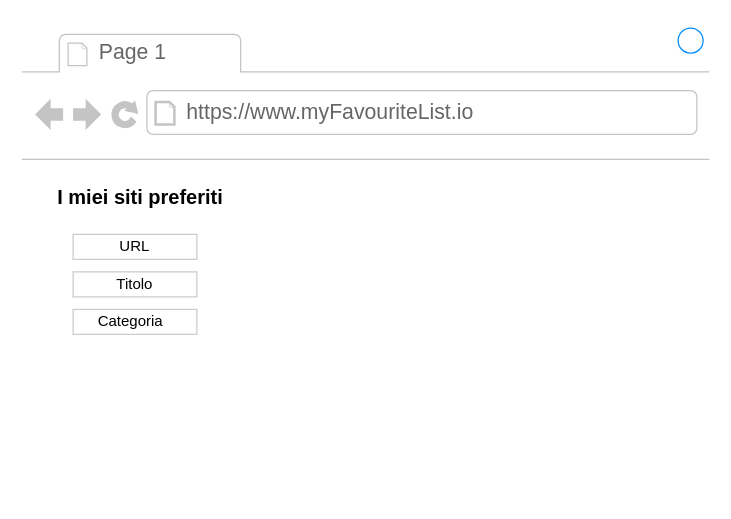
Before: MyFavouriteList-Diagram.drawio in gianlucaanselmi/4Binf-MyFavouriteList-2020-2021, a draw.io diagram. Source tidied: cells renumbered, new cells numbered last; positions are measured from the earlier drawing's top-left corner, leaving out a move shared by most shapes. Both pictures are drawn from the tidied source at 125%, with x=0, y=0 at pixel (21, 21).
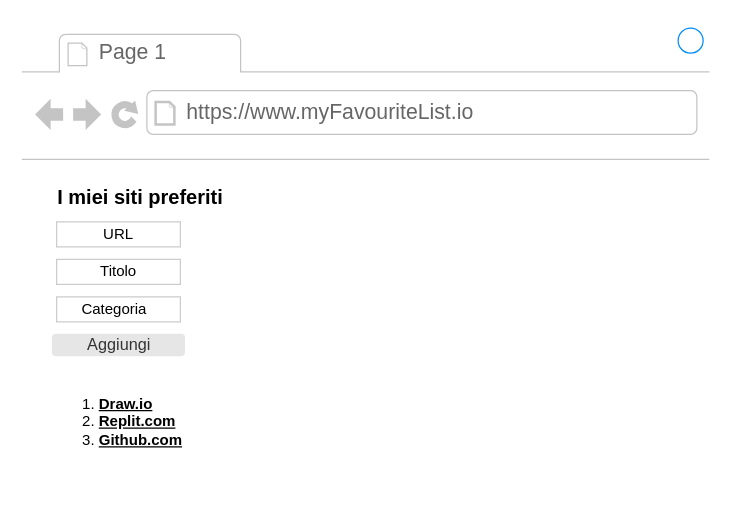
After the change.

Diff of the diagram source:
```diff
@@
 <mxGraphModel>
   <root>
     <mxCell id="0" />
     <mxCell id="1" parent="0" />
     <mxCell id="2" style="strokeWidth=1;shadow=0;dashed=0;align=center;html=1;shape=mxgraph.mockup.containers.browserWindow;rSize=0;strokeColor2=#008cff;strokeColor3=#c4c4c4;mainText=,;strokeColor=#FFFFFF;fillColor=none;" parent="1" vertex="1">
       <mxGeometry width="550" height="380" as="geometry" />
     </mxCell>
     <mxCell id="3" value="Page 1" style="strokeWidth=1;shadow=0;dashed=0;align=center;html=1;shape=mxgraph.mockup.containers.anchor;fontSize=17;fontColor=#666666;align=left;" parent="2" vertex="1">
       <mxGeometry x="60" y="12" width="110" height="26" as="geometry" />
     </mxCell>
     <mxCell id="4" value="https://www.myFavouriteList.io" style="strokeWidth=1;shadow=0;dashed=0;align=center;html=1;shape=mxgraph.mockup.containers.anchor;rSize=0;fontSize=17;fontColor=#666666;align=left;" parent="2" vertex="1">
       <mxGeometry x="130" y="60" width="250" height="26" as="geometry" />
     </mxCell>
     <mxCell id="5" value="&lt;font style=&quot;font-size: 16px&quot;&gt;&lt;b&gt;I miei siti preferiti&lt;/b&gt;&lt;/font&gt;" style="text;html=1;strokeColor=none;fillColor=none;align=center;verticalAlign=middle;whiteSpace=wrap;rounded=0;" parent="2" vertex="1">
       <mxGeometry x="20" y="130" width="150" height="20" as="geometry" />
     </mxCell>
     <mxCell id="6" value="URL" style="text;html=1;fillColor=none;align=center;verticalAlign=middle;whiteSpace=wrap;rounded=0;glass=0;shadow=0;sketch=0;strokeColor=#CCCCCC;" parent="2" vertex="1">
-      <mxGeometry x="41" y="170" width="99" height="20" as="geometry" />
+      <mxGeometry x="27.8" y="160" width="99" height="20" as="geometry" />
     </mxCell>
     <mxCell id="7" value="Titolo" style="text;html=1;fillColor=none;align=center;verticalAlign=middle;whiteSpace=wrap;rounded=0;glass=0;shadow=0;sketch=0;strokeColor=#CCCCCC;" parent="2" vertex="1">
-      <mxGeometry x="41" y="200" width="99" height="20" as="geometry" />
+      <mxGeometry x="27.8" y="190" width="99" height="20" as="geometry" />
     </mxCell>
     <mxCell id="8" value="Categoria&amp;nbsp;&amp;nbsp;" style="text;html=1;fillColor=none;align=center;verticalAlign=middle;whiteSpace=wrap;rounded=0;glass=0;shadow=0;sketch=0;strokeColor=#CCCCCC;" parent="2" vertex="1">
-      <mxGeometry x="41" y="230" width="99" height="20" as="geometry" />
+      <mxGeometry x="27.8" y="220" width="99" height="20" as="geometry" />
     </mxCell>
+    <mxCell id="9" value="Aggiungi" style="rounded=1;html=1;shadow=0;dashed=0;whiteSpace=wrap;fontSize=13;fillColor=#E6E6E6;align=center;strokeColor=#E6E6E6;fontColor=#333333;" parent="2" vertex="1">
+      <mxGeometry x="24.5" y="250" width="105.5" height="16.9" as="geometry" />
+    </mxCell>
+    <mxCell id="10" value="&lt;ol&gt;&lt;li&gt;&lt;u&gt;&lt;b&gt;Draw.io&lt;/b&gt;&lt;/u&gt;&lt;/li&gt;&lt;li&gt;&lt;u&gt;&lt;b&gt;Replit.com&lt;/b&gt;&lt;/u&gt;&lt;/li&gt;&lt;li&gt;&lt;u&gt;&lt;b&gt;Github.com&lt;/b&gt;&lt;/u&gt;&lt;/li&gt;&lt;/ol&gt;" style="text;strokeColor=none;fillColor=none;html=1;whiteSpace=wrap;verticalAlign=middle;overflow=hidden;" parent="2" vertex="1">
+      <mxGeometry x="20" y="280" width="130" height="80" as="geometry" />
+    </mxCell>
   </root>
 </mxGraphModel>
```
